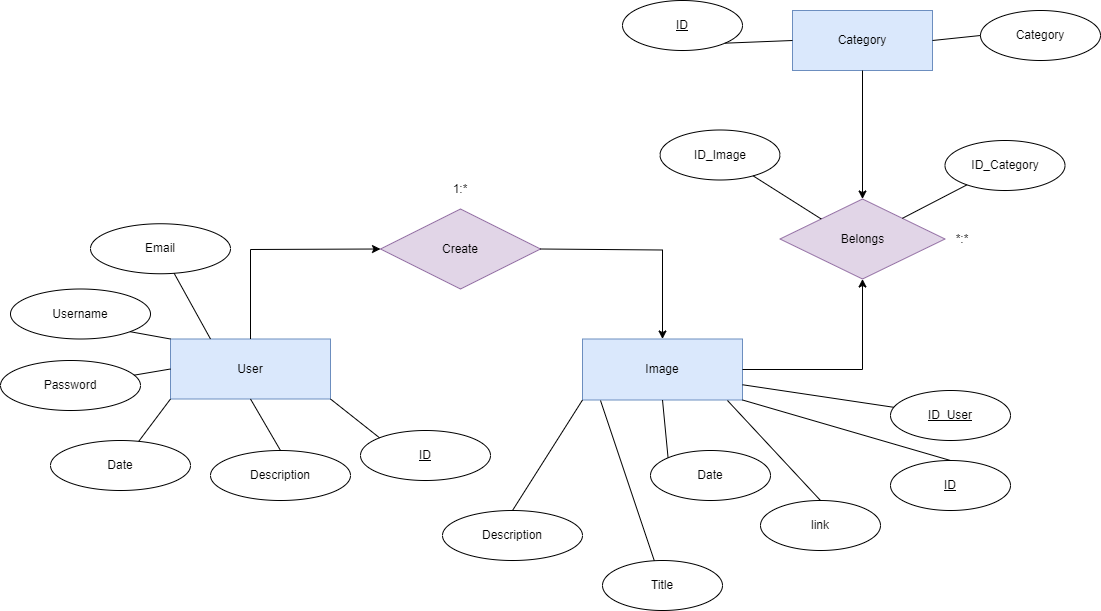
This is diagrams/calling-art-er-diagram.png from RicardoRobledo/calling-art-backend, a draw.io export, as it was before one commit. Source tidied: cells renumbered, new cells last; positions are measured from the earlier drawing's top-left corner, leaving out a move shared by most shapes.
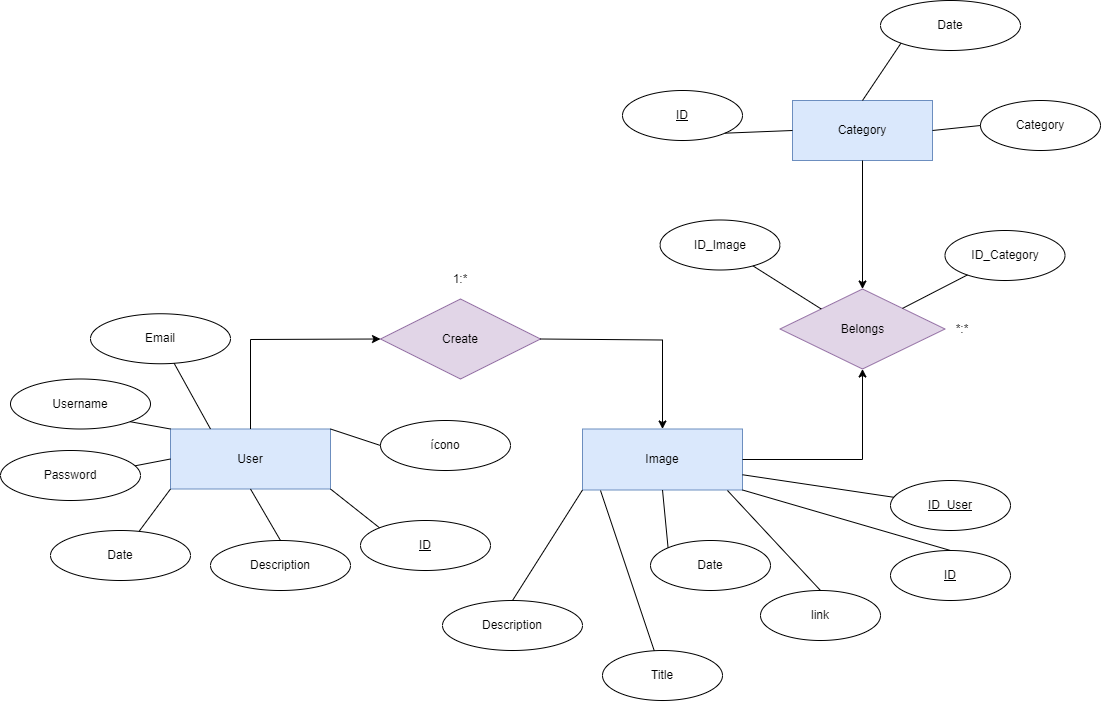
Above is the later version.

Commit message:
feat(diagrams): 'calling-art-er-diagram' was updated

Diff of the diagram source:
```diff
@@ -145,5 +145,17 @@
     <mxCell id="44" style="endArrow=none;html=1;rounded=0;exitX=1;exitY=0.75;exitDx=0;exitDy=0;" parent="1" edge="1" source="3" target="43">
       <mxGeometry relative="1" as="geometry" />
     </mxCell>
+    <mxCell id="45" value="Date" style="ellipse;whiteSpace=wrap;html=1;" parent="1" vertex="1">
+      <mxGeometry x="880" y="-90" width="140" height="50" as="geometry" />
+    </mxCell>
+    <mxCell id="46" style="endArrow=none;html=1;rounded=0;entryX=0;entryY=1;entryDx=0;entryDy=0;exitX=0.5;exitY=0;exitDx=0;exitDy=0;" parent="1" edge="1" source="8" target="45">
+      <mxGeometry relative="1" as="geometry" />
+    </mxCell>
+    <mxCell id="47" value="ícono" style="ellipse;whiteSpace=wrap;html=1;fontStyle=0;" parent="1" vertex="1">
+      <mxGeometry x="380" y="330" width="130" height="50" as="geometry" />
+    </mxCell>
+    <mxCell id="48" style="endArrow=none;html=1;rounded=0;entryX=0;entryY=0.5;entryDx=0;entryDy=0;exitX=1;exitY=0;exitDx=0;exitDy=0;" parent="1" edge="1" source="2" target="47">
+      <mxGeometry relative="1" as="geometry" />
+    </mxCell>
   </root>
 </mxGraphModel>
```
